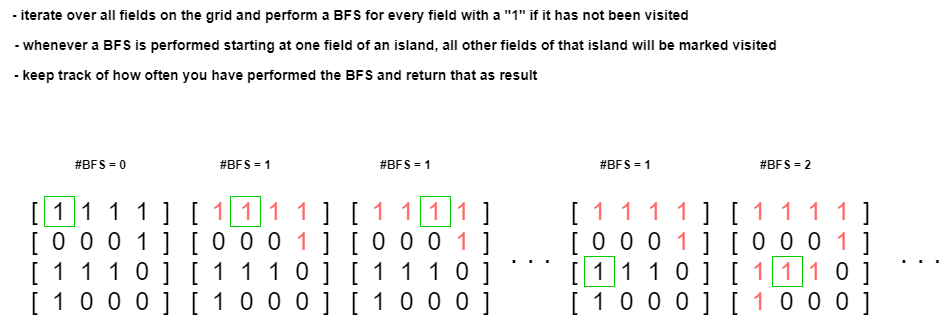
Above: Python3/img/NumberOfIslands.png in ashiven/leetcode-solutions (draw.io), before the change. Source tidied: cells renumbered, new cells last; positions are measured from the earlier drawing's top-left corner, leaving out a move shared by most shapes. Its diagram source:
```xml
<mxGraphModel>
  <root>
    <mxCell id="0" />
    <mxCell id="1" parent="0" />
    <mxCell id="2" value="[&amp;nbsp; &lt;font color=&quot;#ff6666&quot;&gt;1&lt;/font&gt;&amp;nbsp; &lt;font color=&quot;#ff6666&quot;&gt;1&lt;/font&gt;&amp;nbsp; &lt;font color=&quot;#ff6666&quot;&gt;1&lt;/font&gt;&amp;nbsp; &lt;font color=&quot;#ff6666&quot;&gt;1&lt;/font&gt;&amp;nbsp; ]&lt;br style=&quot;font-size: 25px;&quot;&gt;[&amp;nbsp; 0&amp;nbsp; 0&amp;nbsp; 0&amp;nbsp; &lt;font color=&quot;#ff6666&quot;&gt;1&lt;/font&gt;&amp;nbsp; ]&lt;br style=&quot;font-size: 25px;&quot;&gt;[&amp;nbsp; &lt;font color=&quot;#ff6666&quot;&gt;1&lt;/font&gt;&amp;nbsp; &lt;font color=&quot;#ff6666&quot;&gt;1&amp;nbsp; 1&lt;/font&gt;&amp;nbsp; 0&amp;nbsp; ]&lt;br style=&quot;font-size: 25px;&quot;&gt;[&amp;nbsp; &lt;font color=&quot;#ff6666&quot;&gt;1&lt;/font&gt;&amp;nbsp; 0&amp;nbsp; 0&amp;nbsp; 0&amp;nbsp; ]" style="text;html=1;align=center;verticalAlign=middle;strokeColor=none;fillColor=none;fontSize=25;" parent="1" vertex="1">
      <mxGeometry x="720" y="190" width="160" height="130" as="geometry" />
    </mxCell>
    <mxCell id="3" style="rounded=0;whiteSpace=wrap;html=1;fillColor=none;strokeColor=#00CC00;" parent="1" vertex="1">
      <mxGeometry x="772" y="256" width="30" height="30" as="geometry" />
    </mxCell>
    <mxCell id="4" value="- iterate over all fields on the grid and perform a BFS for every field with a &quot;1&quot; if it has not been visited" style="text;html=1;align=center;verticalAlign=middle;strokeColor=none;fillColor=none;fontStyle=1;fontSize=14;" parent="1" vertex="1">
      <mxGeometry width="700" height="30" as="geometry" />
    </mxCell>
    <mxCell id="5" value="- keep track of how often you have performed the BFS and return that as result" style="text;html=1;align=center;verticalAlign=middle;strokeColor=none;fillColor=none;fontStyle=1;fontSize=14;" parent="1" vertex="1">
      <mxGeometry y="60" width="550" height="30" as="geometry" />
    </mxCell>
    <mxCell id="6" value="- whenever a BFS is performed starting at one field of an island, all other fields of that island will be marked visited" style="text;html=1;align=center;verticalAlign=middle;strokeColor=none;fillColor=none;fontStyle=1;fontSize=14;" parent="1" vertex="1">
      <mxGeometry y="30" width="790" height="30" as="geometry" />
    </mxCell>
    <mxCell id="7" value="[&amp;nbsp; 1&amp;nbsp; 1&amp;nbsp; 1&amp;nbsp; 1&amp;nbsp; ]&lt;br style=&quot;font-size: 25px;&quot;&gt;[&amp;nbsp; 0&amp;nbsp; 0&amp;nbsp; 0&amp;nbsp; 1&amp;nbsp; ]&lt;br style=&quot;font-size: 25px;&quot;&gt;[&amp;nbsp; 1&amp;nbsp; 1&amp;nbsp; 1&amp;nbsp; 0&amp;nbsp; ]&lt;br style=&quot;font-size: 25px;&quot;&gt;[&amp;nbsp; 1&amp;nbsp; 0&amp;nbsp; 0&amp;nbsp; 0&amp;nbsp; ]" style="text;html=1;align=center;verticalAlign=middle;strokeColor=none;fillColor=none;fontSize=25;" parent="1" vertex="1">
      <mxGeometry x="20" y="190" width="160" height="130" as="geometry" />
    </mxCell>
    <mxCell id="8" style="rounded=0;whiteSpace=wrap;html=1;fillColor=none;strokeColor=#00CC00;" parent="1" vertex="1">
      <mxGeometry x="44" y="196" width="30" height="30" as="geometry" />
    </mxCell>
    <mxCell id="9" value="[&amp;nbsp; &lt;font color=&quot;#ff6666&quot;&gt;1&lt;/font&gt;&amp;nbsp; &lt;font color=&quot;#ff6666&quot;&gt;1&lt;/font&gt;&amp;nbsp; &lt;font color=&quot;#ff6666&quot;&gt;1&lt;/font&gt;&amp;nbsp; &lt;font color=&quot;#ff6666&quot;&gt;1&lt;/font&gt;&amp;nbsp; ]&lt;br style=&quot;font-size: 25px;&quot;&gt;[&amp;nbsp; 0&amp;nbsp; 0&amp;nbsp; 0&amp;nbsp; &lt;font color=&quot;#ff6666&quot;&gt;1&lt;/font&gt;&amp;nbsp; ]&lt;br style=&quot;font-size: 25px;&quot;&gt;[&amp;nbsp; 1&amp;nbsp; 1&amp;nbsp; 1&amp;nbsp; 0&amp;nbsp; ]&lt;br style=&quot;font-size: 25px;&quot;&gt;[&amp;nbsp; 1&amp;nbsp; 0&amp;nbsp; 0&amp;nbsp; 0&amp;nbsp; ]" style="text;html=1;align=center;verticalAlign=middle;strokeColor=none;fillColor=none;fontSize=25;" parent="1" vertex="1">
      <mxGeometry x="180" y="190" width="160" height="130" as="geometry" />
    </mxCell>
    <mxCell id="10" style="rounded=0;whiteSpace=wrap;html=1;fillColor=none;strokeColor=#00CC00;" parent="1" vertex="1">
      <mxGeometry x="230" y="196" width="30" height="30" as="geometry" />
    </mxCell>
    <mxCell id="11" value="#BFS = 0" style="text;html=1;align=center;verticalAlign=middle;strokeColor=none;fillColor=none;fontStyle=1;" parent="1" vertex="1">
      <mxGeometry x="65" y="150" width="70" height="30" as="geometry" />
    </mxCell>
    <mxCell id="12" value="#BFS = 1" style="text;html=1;align=center;verticalAlign=middle;strokeColor=none;fillColor=none;fontStyle=1;" parent="1" vertex="1">
      <mxGeometry x="210" y="150" width="70" height="30" as="geometry" />
    </mxCell>
    <mxCell id="13" value="[&amp;nbsp; &lt;font color=&quot;#ff6666&quot;&gt;1&lt;/font&gt;&amp;nbsp; &lt;font color=&quot;#ff6666&quot;&gt;1&lt;/font&gt;&amp;nbsp; &lt;font color=&quot;#ff6666&quot;&gt;1&lt;/font&gt;&amp;nbsp; &lt;font color=&quot;#ff6666&quot;&gt;1&lt;/font&gt;&amp;nbsp; ]&lt;br style=&quot;font-size: 25px;&quot;&gt;[&amp;nbsp; 0&amp;nbsp; 0&amp;nbsp; 0&amp;nbsp; &lt;font color=&quot;#ff6666&quot;&gt;1&lt;/font&gt;&amp;nbsp; ]&lt;br style=&quot;font-size: 25px;&quot;&gt;[&amp;nbsp; 1&amp;nbsp; 1&amp;nbsp; 1&amp;nbsp; 0&amp;nbsp; ]&lt;br style=&quot;font-size: 25px;&quot;&gt;[&amp;nbsp; 1&amp;nbsp; 0&amp;nbsp; 0&amp;nbsp; 0&amp;nbsp; ]" style="text;html=1;align=center;verticalAlign=middle;strokeColor=none;fillColor=none;fontSize=25;" parent="1" vertex="1">
      <mxGeometry x="340" y="190" width="160" height="130" as="geometry" />
    </mxCell>
    <mxCell id="14" style="rounded=0;whiteSpace=wrap;html=1;fillColor=none;strokeColor=#00CC00;" parent="1" vertex="1">
      <mxGeometry x="420" y="196" width="30" height="30" as="geometry" />
    </mxCell>
    <mxCell id="15" value="#BFS = 1" style="text;html=1;align=center;verticalAlign=middle;strokeColor=none;fillColor=none;fontStyle=1;" parent="1" vertex="1">
      <mxGeometry x="370" y="150" width="70" height="30" as="geometry" />
    </mxCell>
    <mxCell id="16" value=".&amp;nbsp; .&amp;nbsp; ." style="text;html=1;align=center;verticalAlign=middle;strokeColor=none;fillColor=none;fontSize=20;fontStyle=1;" parent="1" vertex="1">
      <mxGeometry x="500" y="235" width="60" height="40" as="geometry" />
    </mxCell>
    <mxCell id="17" value="[&amp;nbsp; &lt;font color=&quot;#ff6666&quot;&gt;1&lt;/font&gt;&amp;nbsp; &lt;font color=&quot;#ff6666&quot;&gt;1&lt;/font&gt;&amp;nbsp; &lt;font color=&quot;#ff6666&quot;&gt;1&lt;/font&gt;&amp;nbsp; &lt;font color=&quot;#ff6666&quot;&gt;1&lt;/font&gt;&amp;nbsp; ]&lt;br style=&quot;font-size: 25px;&quot;&gt;[&amp;nbsp; 0&amp;nbsp; 0&amp;nbsp; 0&amp;nbsp; &lt;font color=&quot;#ff6666&quot;&gt;1&lt;/font&gt;&amp;nbsp; ]&lt;br style=&quot;font-size: 25px;&quot;&gt;[&amp;nbsp; 1&amp;nbsp; 1&amp;nbsp; 1&amp;nbsp; 0&amp;nbsp; ]&lt;br style=&quot;font-size: 25px;&quot;&gt;[&amp;nbsp; 1&amp;nbsp; 0&amp;nbsp; 0&amp;nbsp; 0&amp;nbsp; ]" style="text;html=1;align=center;verticalAlign=middle;strokeColor=none;fillColor=none;fontSize=25;" parent="1" vertex="1">
      <mxGeometry x="560" y="190" width="160" height="130" as="geometry" />
    </mxCell>
    <mxCell id="18" style="rounded=0;whiteSpace=wrap;html=1;fillColor=none;strokeColor=#00CC00;" parent="1" vertex="1">
      <mxGeometry x="584" y="256" width="30" height="30" as="geometry" />
    </mxCell>
    <mxCell id="19" value="#BFS = 1" style="text;html=1;align=center;verticalAlign=middle;strokeColor=none;fillColor=none;fontStyle=1;" parent="1" vertex="1">
      <mxGeometry x="590" y="150" width="70" height="30" as="geometry" />
    </mxCell>
    <mxCell id="20" value="#BFS = 2" style="text;html=1;align=center;verticalAlign=middle;strokeColor=none;fillColor=none;fontStyle=1;" parent="1" vertex="1">
      <mxGeometry x="750" y="150" width="70" height="30" as="geometry" />
    </mxCell>
    <mxCell id="21" value=".&amp;nbsp; .&amp;nbsp; ." style="text;html=1;align=center;verticalAlign=middle;strokeColor=none;fillColor=none;fontSize=20;fontStyle=1;" parent="1" vertex="1">
      <mxGeometry x="890" y="235" width="60" height="40" as="geometry" />
    </mxCell>
  </root>
</mxGraphModel>
```
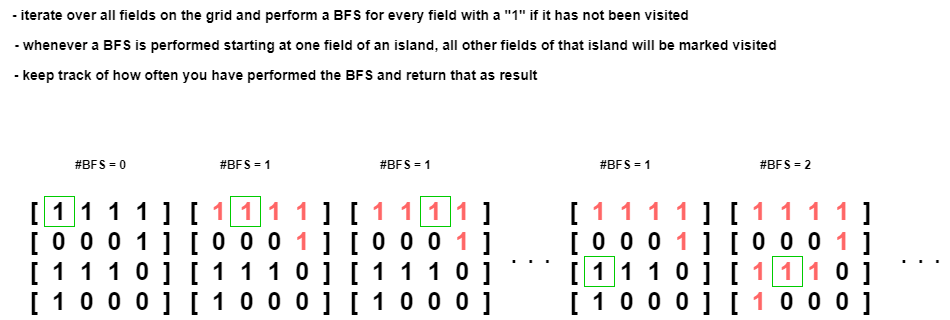
Later version of the same file.

Change to the diagram source:
```diff
@@ -2,10 +2,10 @@
   <root>
     <mxCell id="0" />
     <mxCell id="1" parent="0" />
-    <mxCell id="2" value="[&amp;nbsp; &lt;font color=&quot;#ff6666&quot;&gt;1&lt;/font&gt;&amp;nbsp; &lt;font color=&quot;#ff6666&quot;&gt;1&lt;/font&gt;&amp;nbsp; &lt;font color=&quot;#ff6666&quot;&gt;1&lt;/font&gt;&amp;nbsp; &lt;font color=&quot;#ff6666&quot;&gt;1&lt;/font&gt;&amp;nbsp; ]&lt;br style=&quot;font-size: 25px;&quot;&gt;[&amp;nbsp; 0&amp;nbsp; 0&amp;nbsp; 0&amp;nbsp; &lt;font color=&quot;#ff6666&quot;&gt;1&lt;/font&gt;&amp;nbsp; ]&lt;br style=&quot;font-size: 25px;&quot;&gt;[&amp;nbsp; &lt;font color=&quot;#ff6666&quot;&gt;1&lt;/font&gt;&amp;nbsp; &lt;font color=&quot;#ff6666&quot;&gt;1&amp;nbsp; 1&lt;/font&gt;&amp;nbsp; 0&amp;nbsp; ]&lt;br style=&quot;font-size: 25px;&quot;&gt;[&amp;nbsp; &lt;font color=&quot;#ff6666&quot;&gt;1&lt;/font&gt;&amp;nbsp; 0&amp;nbsp; 0&amp;nbsp; 0&amp;nbsp; ]" style="text;html=1;align=center;verticalAlign=middle;strokeColor=none;fillColor=none;fontSize=25;" parent="1" vertex="1">
-      <mxGeometry x="720" y="190" width="160" height="130" as="geometry" />
+    <mxCell id="2" value="[&amp;nbsp; &lt;font color=&quot;#ff6666&quot;&gt;1&lt;/font&gt;&amp;nbsp; &lt;font color=&quot;#ff6666&quot;&gt;1&lt;/font&gt;&amp;nbsp; &lt;font color=&quot;#ff6666&quot;&gt;1&lt;/font&gt;&amp;nbsp; &lt;font color=&quot;#ff6666&quot;&gt;1&lt;/font&gt;&amp;nbsp; ]&lt;br style=&quot;font-size: 25px;&quot;&gt;[&amp;nbsp; 0&amp;nbsp; 0&amp;nbsp; 0&amp;nbsp; &lt;font color=&quot;#ff6666&quot;&gt;1&lt;/font&gt;&amp;nbsp; ]&lt;br style=&quot;font-size: 25px;&quot;&gt;[&amp;nbsp; &lt;font color=&quot;#ff6666&quot;&gt;1&lt;/font&gt;&amp;nbsp; &lt;font color=&quot;#ff6666&quot;&gt;1&amp;nbsp; 1&lt;/font&gt;&amp;nbsp; 0&amp;nbsp; ]&lt;br style=&quot;font-size: 25px;&quot;&gt;[&amp;nbsp; &lt;font color=&quot;#ff6666&quot;&gt;1&lt;/font&gt;&amp;nbsp; 0&amp;nbsp; 0&amp;nbsp; 0&amp;nbsp; ]" style="text;html=1;align=center;verticalAlign=middle;strokeColor=none;fillColor=none;fontSize=25;fontStyle=1;" parent="1" vertex="1">
+      <mxGeometry x="715" y="190" width="170" height="130" as="geometry" />
     </mxCell>
-    <mxCell id="3" style="rounded=0;whiteSpace=wrap;html=1;fillColor=none;strokeColor=#00CC00;" parent="1" vertex="1">
+    <mxCell id="3" style="rounded=0;whiteSpace=wrap;html=1;fillColor=none;strokeColor=#00CC00;fontStyle=1;" parent="1" vertex="1">
       <mxGeometry x="772" y="256" width="30" height="30" as="geometry" />
     </mxCell>
     <mxCell id="4" value="- iterate over all fields on the grid and perform a BFS for every field with a &quot;1&quot; if it has not been visited" style="text;html=1;align=center;verticalAlign=middle;strokeColor=none;fillColor=none;fontStyle=1;fontSize=14;" parent="1" vertex="1">
@@ -17,16 +17,16 @@
     <mxCell id="6" value="- whenever a BFS is performed starting at one field of an island, all other fields of that island will be marked visited" style="text;html=1;align=center;verticalAlign=middle;strokeColor=none;fillColor=none;fontStyle=1;fontSize=14;" parent="1" vertex="1">
       <mxGeometry y="30" width="790" height="30" as="geometry" />
     </mxCell>
-    <mxCell id="7" value="[&amp;nbsp; 1&amp;nbsp; 1&amp;nbsp; 1&amp;nbsp; 1&amp;nbsp; ]&lt;br style=&quot;font-size: 25px;&quot;&gt;[&amp;nbsp; 0&amp;nbsp; 0&amp;nbsp; 0&amp;nbsp; 1&amp;nbsp; ]&lt;br style=&quot;font-size: 25px;&quot;&gt;[&amp;nbsp; 1&amp;nbsp; 1&amp;nbsp; 1&amp;nbsp; 0&amp;nbsp; ]&lt;br style=&quot;font-size: 25px;&quot;&gt;[&amp;nbsp; 1&amp;nbsp; 0&amp;nbsp; 0&amp;nbsp; 0&amp;nbsp; ]" style="text;html=1;align=center;verticalAlign=middle;strokeColor=none;fillColor=none;fontSize=25;" parent="1" vertex="1">
-      <mxGeometry x="20" y="190" width="160" height="130" as="geometry" />
+    <mxCell id="7" value="[&amp;nbsp; 1&amp;nbsp; 1&amp;nbsp; 1&amp;nbsp; 1&amp;nbsp; ]&lt;br style=&quot;font-size: 25px;&quot;&gt;[&amp;nbsp; 0&amp;nbsp; 0&amp;nbsp; 0&amp;nbsp; 1&amp;nbsp; ]&lt;br style=&quot;font-size: 25px;&quot;&gt;[&amp;nbsp; 1&amp;nbsp; 1&amp;nbsp; 1&amp;nbsp; 0&amp;nbsp; ]&lt;br style=&quot;font-size: 25px;&quot;&gt;[&amp;nbsp; 1&amp;nbsp; 0&amp;nbsp; 0&amp;nbsp; 0&amp;nbsp; ]" style="text;html=1;align=center;verticalAlign=middle;strokeColor=none;fillColor=none;fontSize=25;fontStyle=1;" parent="1" vertex="1">
+      <mxGeometry x="15" y="190" width="170" height="130" as="geometry" />
     </mxCell>
-    <mxCell id="8" style="rounded=0;whiteSpace=wrap;html=1;fillColor=none;strokeColor=#00CC00;" parent="1" vertex="1">
+    <mxCell id="8" style="rounded=0;whiteSpace=wrap;html=1;fillColor=none;strokeColor=#00CC00;fontStyle=1;" parent="1" vertex="1">
       <mxGeometry x="44" y="196" width="30" height="30" as="geometry" />
     </mxCell>
-    <mxCell id="9" value="[&amp;nbsp; &lt;font color=&quot;#ff6666&quot;&gt;1&lt;/font&gt;&amp;nbsp; &lt;font color=&quot;#ff6666&quot;&gt;1&lt;/font&gt;&amp;nbsp; &lt;font color=&quot;#ff6666&quot;&gt;1&lt;/font&gt;&amp;nbsp; &lt;font color=&quot;#ff6666&quot;&gt;1&lt;/font&gt;&amp;nbsp; ]&lt;br style=&quot;font-size: 25px;&quot;&gt;[&amp;nbsp; 0&amp;nbsp; 0&amp;nbsp; 0&amp;nbsp; &lt;font color=&quot;#ff6666&quot;&gt;1&lt;/font&gt;&amp;nbsp; ]&lt;br style=&quot;font-size: 25px;&quot;&gt;[&amp;nbsp; 1&amp;nbsp; 1&amp;nbsp; 1&amp;nbsp; 0&amp;nbsp; ]&lt;br style=&quot;font-size: 25px;&quot;&gt;[&amp;nbsp; 1&amp;nbsp; 0&amp;nbsp; 0&amp;nbsp; 0&amp;nbsp; ]" style="text;html=1;align=center;verticalAlign=middle;strokeColor=none;fillColor=none;fontSize=25;" parent="1" vertex="1">
-      <mxGeometry x="180" y="190" width="160" height="130" as="geometry" />
+    <mxCell id="9" value="[&amp;nbsp; &lt;font color=&quot;#ff6666&quot;&gt;1&lt;/font&gt;&amp;nbsp; &lt;font color=&quot;#ff6666&quot;&gt;1&lt;/font&gt;&amp;nbsp; &lt;font color=&quot;#ff6666&quot;&gt;1&lt;/font&gt;&amp;nbsp; &lt;font color=&quot;#ff6666&quot;&gt;1&lt;/font&gt;&amp;nbsp; ]&lt;br style=&quot;font-size: 25px;&quot;&gt;[&amp;nbsp; 0&amp;nbsp; 0&amp;nbsp; 0&amp;nbsp; &lt;font color=&quot;#ff6666&quot;&gt;1&lt;/font&gt;&amp;nbsp; ]&lt;br style=&quot;font-size: 25px;&quot;&gt;[&amp;nbsp; 1&amp;nbsp; 1&amp;nbsp; 1&amp;nbsp; 0&amp;nbsp; ]&lt;br style=&quot;font-size: 25px;&quot;&gt;[&amp;nbsp; 1&amp;nbsp; 0&amp;nbsp; 0&amp;nbsp; 0&amp;nbsp; ]" style="text;html=1;align=center;verticalAlign=middle;strokeColor=none;fillColor=none;fontSize=25;fontStyle=1;" parent="1" vertex="1">
+      <mxGeometry x="175" y="190" width="170" height="130" as="geometry" />
     </mxCell>
-    <mxCell id="10" style="rounded=0;whiteSpace=wrap;html=1;fillColor=none;strokeColor=#00CC00;" parent="1" vertex="1">
+    <mxCell id="10" style="rounded=0;whiteSpace=wrap;html=1;fillColor=none;strokeColor=#00CC00;fontStyle=1;" parent="1" vertex="1">
       <mxGeometry x="230" y="196" width="30" height="30" as="geometry" />
     </mxCell>
     <mxCell id="11" value="#BFS = 0" style="text;html=1;align=center;verticalAlign=middle;strokeColor=none;fillColor=none;fontStyle=1;" parent="1" vertex="1">
@@ -35,10 +35,10 @@
     <mxCell id="12" value="#BFS = 1" style="text;html=1;align=center;verticalAlign=middle;strokeColor=none;fillColor=none;fontStyle=1;" parent="1" vertex="1">
       <mxGeometry x="210" y="150" width="70" height="30" as="geometry" />
     </mxCell>
-    <mxCell id="13" value="[&amp;nbsp; &lt;font color=&quot;#ff6666&quot;&gt;1&lt;/font&gt;&amp;nbsp; &lt;font color=&quot;#ff6666&quot;&gt;1&lt;/font&gt;&amp;nbsp; &lt;font color=&quot;#ff6666&quot;&gt;1&lt;/font&gt;&amp;nbsp; &lt;font color=&quot;#ff6666&quot;&gt;1&lt;/font&gt;&amp;nbsp; ]&lt;br style=&quot;font-size: 25px;&quot;&gt;[&amp;nbsp; 0&amp;nbsp; 0&amp;nbsp; 0&amp;nbsp; &lt;font color=&quot;#ff6666&quot;&gt;1&lt;/font&gt;&amp;nbsp; ]&lt;br style=&quot;font-size: 25px;&quot;&gt;[&amp;nbsp; 1&amp;nbsp; 1&amp;nbsp; 1&amp;nbsp; 0&amp;nbsp; ]&lt;br style=&quot;font-size: 25px;&quot;&gt;[&amp;nbsp; 1&amp;nbsp; 0&amp;nbsp; 0&amp;nbsp; 0&amp;nbsp; ]" style="text;html=1;align=center;verticalAlign=middle;strokeColor=none;fillColor=none;fontSize=25;" parent="1" vertex="1">
-      <mxGeometry x="340" y="190" width="160" height="130" as="geometry" />
+    <mxCell id="13" value="[&amp;nbsp; &lt;font color=&quot;#ff6666&quot;&gt;1&lt;/font&gt;&amp;nbsp; &lt;font color=&quot;#ff6666&quot;&gt;1&lt;/font&gt;&amp;nbsp; &lt;font color=&quot;#ff6666&quot;&gt;1&lt;/font&gt;&amp;nbsp; &lt;font color=&quot;#ff6666&quot;&gt;1&lt;/font&gt;&amp;nbsp; ]&lt;br style=&quot;font-size: 25px;&quot;&gt;[&amp;nbsp; 0&amp;nbsp; 0&amp;nbsp; 0&amp;nbsp; &lt;font color=&quot;#ff6666&quot;&gt;1&lt;/font&gt;&amp;nbsp; ]&lt;br style=&quot;font-size: 25px;&quot;&gt;[&amp;nbsp; 1&amp;nbsp; 1&amp;nbsp; 1&amp;nbsp; 0&amp;nbsp; ]&lt;br style=&quot;font-size: 25px;&quot;&gt;[&amp;nbsp; 1&amp;nbsp; 0&amp;nbsp; 0&amp;nbsp; 0&amp;nbsp; ]" style="text;html=1;align=center;verticalAlign=middle;strokeColor=none;fillColor=none;fontSize=25;fontStyle=1;" parent="1" vertex="1">
+      <mxGeometry x="335" y="190" width="170" height="130" as="geometry" />
     </mxCell>
-    <mxCell id="14" style="rounded=0;whiteSpace=wrap;html=1;fillColor=none;strokeColor=#00CC00;" parent="1" vertex="1">
+    <mxCell id="14" style="rounded=0;whiteSpace=wrap;html=1;fillColor=none;strokeColor=#00CC00;fontStyle=1;" parent="1" vertex="1">
       <mxGeometry x="420" y="196" width="30" height="30" as="geometry" />
     </mxCell>
     <mxCell id="15" value="#BFS = 1" style="text;html=1;align=center;verticalAlign=middle;strokeColor=none;fillColor=none;fontStyle=1;" parent="1" vertex="1">
@@ -47,10 +47,10 @@
     <mxCell id="16" value=".&amp;nbsp; .&amp;nbsp; ." style="text;html=1;align=center;verticalAlign=middle;strokeColor=none;fillColor=none;fontSize=20;fontStyle=1;" parent="1" vertex="1">
       <mxGeometry x="500" y="235" width="60" height="40" as="geometry" />
     </mxCell>
-    <mxCell id="17" value="[&amp;nbsp; &lt;font color=&quot;#ff6666&quot;&gt;1&lt;/font&gt;&amp;nbsp; &lt;font color=&quot;#ff6666&quot;&gt;1&lt;/font&gt;&amp;nbsp; &lt;font color=&quot;#ff6666&quot;&gt;1&lt;/font&gt;&amp;nbsp; &lt;font color=&quot;#ff6666&quot;&gt;1&lt;/font&gt;&amp;nbsp; ]&lt;br style=&quot;font-size: 25px;&quot;&gt;[&amp;nbsp; 0&amp;nbsp; 0&amp;nbsp; 0&amp;nbsp; &lt;font color=&quot;#ff6666&quot;&gt;1&lt;/font&gt;&amp;nbsp; ]&lt;br style=&quot;font-size: 25px;&quot;&gt;[&amp;nbsp; 1&amp;nbsp; 1&amp;nbsp; 1&amp;nbsp; 0&amp;nbsp; ]&lt;br style=&quot;font-size: 25px;&quot;&gt;[&amp;nbsp; 1&amp;nbsp; 0&amp;nbsp; 0&amp;nbsp; 0&amp;nbsp; ]" style="text;html=1;align=center;verticalAlign=middle;strokeColor=none;fillColor=none;fontSize=25;" parent="1" vertex="1">
-      <mxGeometry x="560" y="190" width="160" height="130" as="geometry" />
+    <mxCell id="17" value="[&amp;nbsp; &lt;font color=&quot;#ff6666&quot;&gt;1&lt;/font&gt;&amp;nbsp; &lt;font color=&quot;#ff6666&quot;&gt;1&lt;/font&gt;&amp;nbsp; &lt;font color=&quot;#ff6666&quot;&gt;1&lt;/font&gt;&amp;nbsp; &lt;font color=&quot;#ff6666&quot;&gt;1&lt;/font&gt;&amp;nbsp; ]&lt;br style=&quot;font-size: 25px;&quot;&gt;[&amp;nbsp; 0&amp;nbsp; 0&amp;nbsp; 0&amp;nbsp; &lt;font color=&quot;#ff6666&quot;&gt;1&lt;/font&gt;&amp;nbsp; ]&lt;br style=&quot;font-size: 25px;&quot;&gt;[&amp;nbsp; 1&amp;nbsp; 1&amp;nbsp; 1&amp;nbsp; 0&amp;nbsp; ]&lt;br style=&quot;font-size: 25px;&quot;&gt;[&amp;nbsp; 1&amp;nbsp; 0&amp;nbsp; 0&amp;nbsp; 0&amp;nbsp; ]" style="text;html=1;align=center;verticalAlign=middle;strokeColor=none;fillColor=none;fontSize=25;fontStyle=1;" parent="1" vertex="1">
+      <mxGeometry x="555" y="190" width="170" height="130" as="geometry" />
     </mxCell>
-    <mxCell id="18" style="rounded=0;whiteSpace=wrap;html=1;fillColor=none;strokeColor=#00CC00;" parent="1" vertex="1">
+    <mxCell id="18" style="rounded=0;whiteSpace=wrap;html=1;fillColor=none;strokeColor=#00CC00;fontStyle=1;" parent="1" vertex="1">
       <mxGeometry x="584" y="256" width="30" height="30" as="geometry" />
     </mxCell>
     <mxCell id="19" value="#BFS = 1" style="text;html=1;align=center;verticalAlign=middle;strokeColor=none;fillColor=none;fontStyle=1;" parent="1" vertex="1">
```
